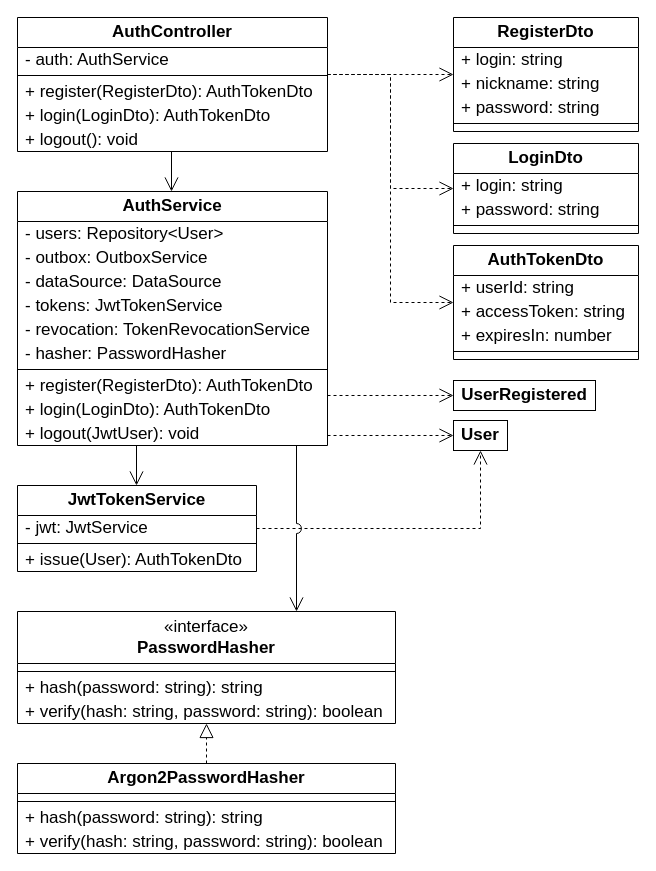
Above: page "Классы: users-service – регистрация и вход" (5 of 21) of docs/diagrams/Классы подробно.drawio in Shaherezada/tamagotchi (draw.io), before the change. Source tidied: cells renumbered, new cells numbered last; positions are measured from the earlier drawing's top-left corner, leaving out a move shared by most shapes. Both pictures are drawn from the tidied source at 100%, with x=0, y=0 at pixel (17, 17).
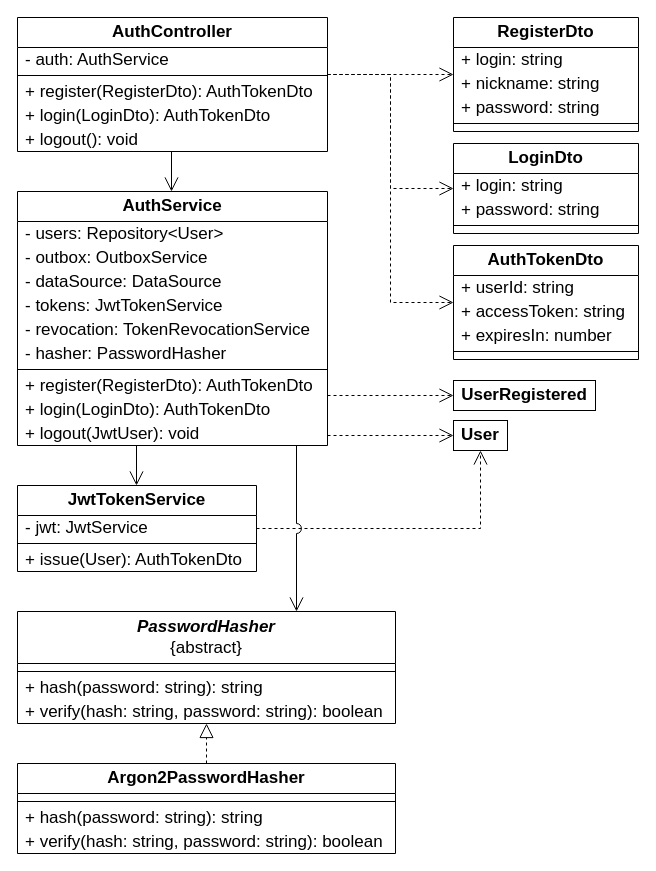
The same page after the edit.

Change to the diagram source:
```diff
@@
-    <mxCell id="50" value="&amp;laquo;interface&amp;raquo;&lt;br&gt;&lt;b&gt;PasswordHasher&lt;/b&gt;" style="swimlane;fontStyle=0;align=center;verticalAlign=middle;horizontal=1;startSize=52;whiteSpace=wrap;html=1;fillColor=#FFFFFF;swimlaneFillColor=#FFFFFF;strokeColor=#000000;fontColor=#000000;fontFamily=Arial;fontSize=17;" parent="1" vertex="1">
+    <mxCell id="50" value="&lt;b&gt;&lt;i&gt;PasswordHasher&lt;/i&gt;&lt;/b&gt;&lt;br&gt;{abstract}" style="swimlane;fontStyle=0;align=center;verticalAlign=middle;horizontal=1;startSize=52;whiteSpace=wrap;html=1;fillColor=#FFFFFF;swimlaneFillColor=#FFFFFF;strokeColor=#000000;fontColor=#000000;fontFamily=Arial;fontSize=17;" parent="1" vertex="1">
       <mxGeometry y="594" width="378" height="112" as="geometry" />
     </mxCell>
```
